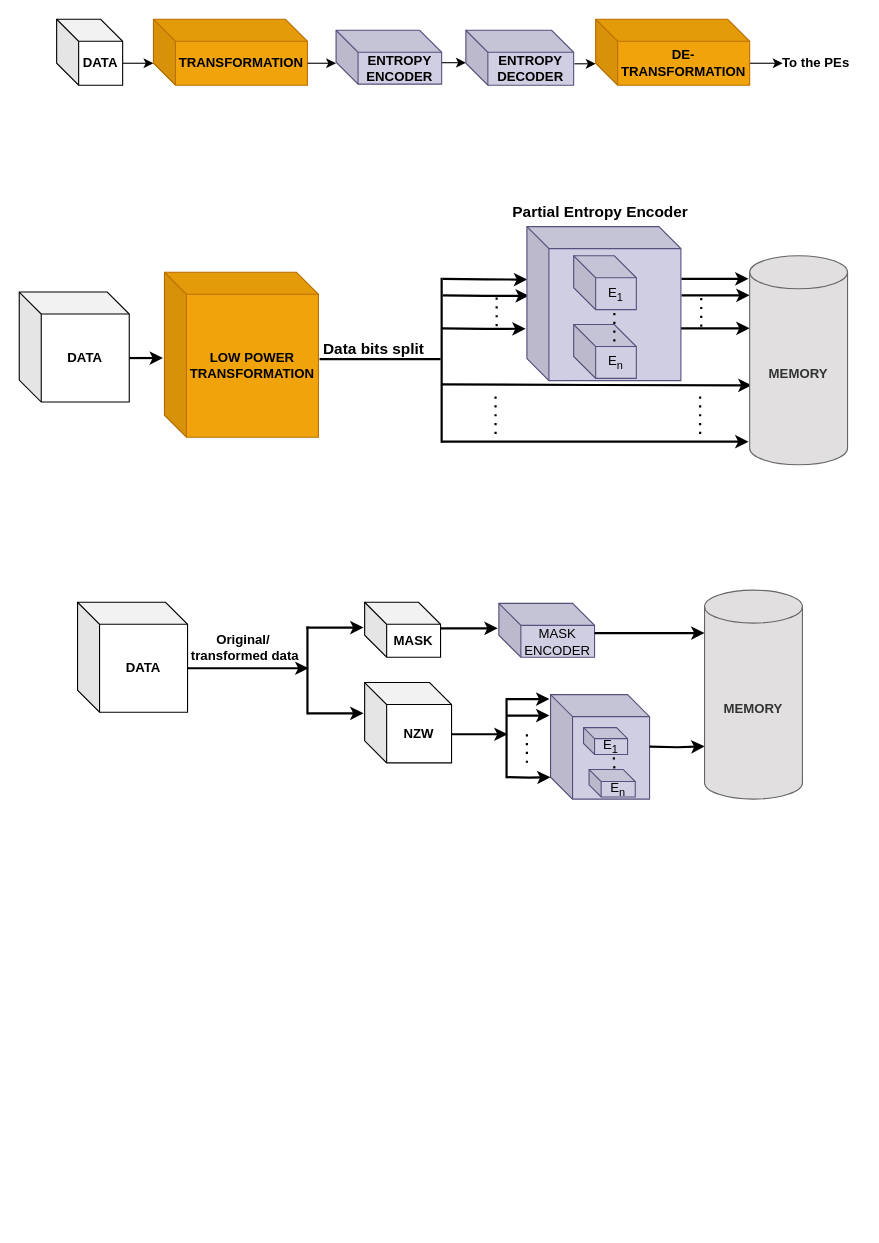
This is Proposed approach.drawio from Nithyarajoman/Drawio-figures, a draw.io file, before an edit. Source tidied: cells renumbered, new cells numbered last; positions are measured from the earlier drawing's top-left corner, leaving out a move shared by most shapes. Both pictures are drawn from the tidied source at 110%, with x=0, y=0 at pixel (19, 19).
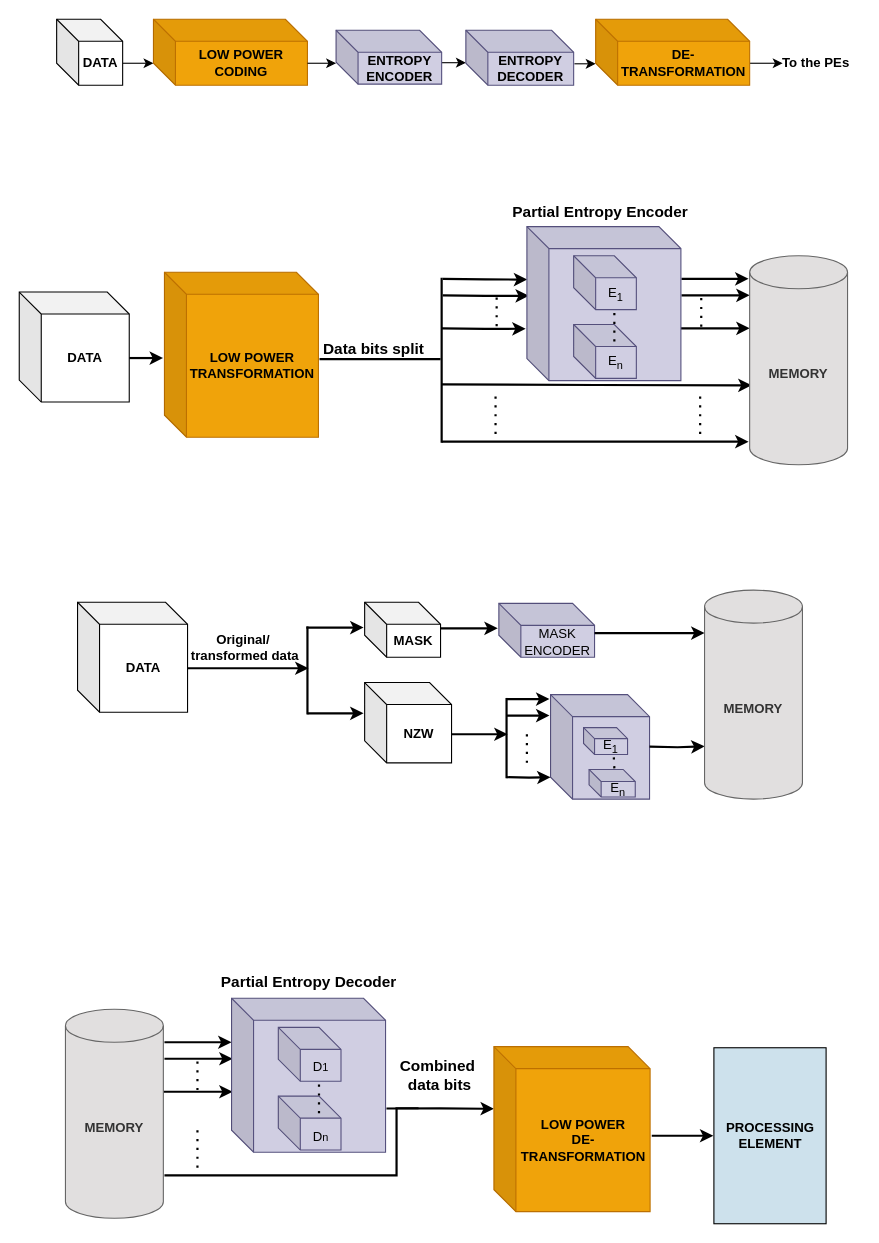
After the change.

Diff of the diagram source:
```diff
@@
-    <mxCell id="5" value="&lt;b&gt;&lt;font&gt;TRANSFORMATION&lt;/font&gt;&lt;/b&gt;" style="shape=cube;whiteSpace=wrap;html=1;boundedLbl=1;backgroundOutline=1;darkOpacity=0.05;darkOpacity2=0.1;fillColor=#f0a30a;strokeColor=#BD7000;fontColor=#000000;" parent="1" vertex="1">
+    <mxCell id="5" value="&lt;b&gt;&lt;font&gt;LOW POWER CODING&lt;/font&gt;&lt;/b&gt;" style="shape=cube;whiteSpace=wrap;html=1;boundedLbl=1;backgroundOutline=1;darkOpacity=0.05;darkOpacity2=0.1;fillColor=#f0a30a;strokeColor=#BD7000;fontColor=#000000;" parent="1" vertex="1">
       <mxGeometry x="122" width="140" height="60" as="geometry" />
     </mxCell>
@@
+    <mxCell id="63" value="&lt;b&gt;&lt;font style=&quot;font-size: 14px;&quot;&gt;Combined&amp;nbsp;&lt;/font&gt;&lt;/b&gt;&lt;div&gt;&lt;b&gt;&lt;font style=&quot;font-size: 14px;&quot;&gt;data bits&lt;/font&gt;&lt;/b&gt;&lt;/div&gt;" style="text;html=1;align=center;verticalAlign=middle;strokeColor=none;fillColor=none;" parent="1" vertex="1">
+      <mxGeometry x="331.5" y="935" width="100" height="50" as="geometry" />
+    </mxCell>
+    <mxCell id="64" style="edgeStyle=orthogonalEdgeStyle;rounded=0;orthogonalLoop=1;jettySize=auto;html=1;strokeWidth=2;endArrow=none;endFill=0;" parent="1" edge="1">
+      <mxGeometry relative="1" as="geometry">
+        <mxPoint x="132" y="1051" as="sourcePoint" />
+        <mxPoint x="363" y="990" as="targetPoint" />
+        <Array as="points">
+          <mxPoint x="343" y="1051" />
+          <mxPoint x="343" y="990" />
+        </Array>
+      </mxGeometry>
+    </mxCell>
+    <mxCell id="65" style="edgeStyle=orthogonalEdgeStyle;rounded=0;orthogonalLoop=1;jettySize=auto;html=1;strokeWidth=2;" parent="1" edge="1">
+      <mxGeometry relative="1" as="geometry">
+        <mxPoint x="132" y="930" as="sourcePoint" />
+        <mxPoint x="193" y="930" as="targetPoint" />
+      </mxGeometry>
+    </mxCell>
+    <mxCell id="66" style="edgeStyle=orthogonalEdgeStyle;rounded=0;orthogonalLoop=1;jettySize=auto;html=1;exitX=0;exitY=0;exitDx=140;exitDy=40;exitPerimeter=0;strokeWidth=2;" parent="1" edge="1">
+      <mxGeometry relative="1" as="geometry">
+        <mxPoint x="132" y="945" as="sourcePoint" />
+        <mxPoint x="194" y="945" as="targetPoint" />
+      </mxGeometry>
+    </mxCell>
+    <mxCell id="67" style="edgeStyle=orthogonalEdgeStyle;rounded=0;orthogonalLoop=1;jettySize=auto;html=1;exitX=0;exitY=0;exitDx=140;exitDy=40;exitPerimeter=0;strokeWidth=2;" parent="1" edge="1">
+      <mxGeometry relative="1" as="geometry">
+        <mxPoint x="131" y="975" as="sourcePoint" />
+        <mxPoint x="194" y="975" as="targetPoint" />
+      </mxGeometry>
+    </mxCell>
+    <mxCell id="68" style="endArrow=none;dashed=1;html=1;dashPattern=1 3;strokeWidth=2;rounded=0;" parent="1" edge="1">
+      <mxGeometry relative="1" as="geometry">
+        <mxPoint x="162" y="973.5" as="sourcePoint" />
+        <mxPoint x="162" y="946.5" as="targetPoint" />
+      </mxGeometry>
+    </mxCell>
+    <mxCell id="69" value="&lt;b&gt;&lt;font style=&quot;font-size: 14px;&quot;&gt;Partial Entropy Decoder&lt;/font&gt;&lt;/b&gt;" style="text;html=1;align=center;verticalAlign=middle;strokeColor=none;fillColor=none;" parent="1" vertex="1">
+      <mxGeometry x="173" y="860" width="180" height="30" as="geometry" />
+    </mxCell>
+    <mxCell id="70" value="&lt;b&gt;MEMORY&lt;/b&gt;" style="shape=cylinder3;whiteSpace=wrap;html=1;boundedLbl=1;backgroundOutline=1;size=15;fillColor=light-dark(#e1dfdf, #1a1a1a);strokeColor=#666666;fontColor=#333333;" parent="1" vertex="1">
+      <mxGeometry x="42" y="900" width="89" height="190" as="geometry" />
+    </mxCell>
+    <mxCell id="71" style="endArrow=none;dashed=1;html=1;dashPattern=1 3;strokeWidth=2;rounded=0;" parent="1" edge="1">
+      <mxGeometry relative="1" as="geometry">
+        <mxPoint x="162" y="1044" as="sourcePoint" />
+        <mxPoint x="162" y="1006" as="targetPoint" />
+      </mxGeometry>
+    </mxCell>
+    <mxCell id="72" style="group;" parent="1" vertex="1">
+      <mxGeometry x="193" y="890" width="140" height="140" as="geometry" />
+    </mxCell>
+    <mxCell id="73" style="shape=cube;whiteSpace=wrap;html=1;boundedLbl=1;backgroundOutline=1;darkOpacity=0.05;darkOpacity2=0.1;fillColor=#d0cee2;strokeColor=#56517e;" parent="72" vertex="1">
+      <mxGeometry width="140" height="140" as="geometry" />
+    </mxCell>
+    <mxCell id="74" value="&lt;sub&gt;&lt;span style=&quot;font-size: 12px;&quot;&gt;D&lt;/span&gt;1&lt;/sub&gt;" style="shape=cube;whiteSpace=wrap;html=1;boundedLbl=1;backgroundOutline=1;darkOpacity=0.05;darkOpacity2=0.1;fillColor=#d0cee2;strokeColor=#56517e;" parent="72" vertex="1">
+      <mxGeometry x="42.5" y="26.5" width="57" height="49" as="geometry" />
+    </mxCell>
+    <mxCell id="75" value="&lt;sub&gt;&lt;span style=&quot;font-size: 12px;&quot;&gt;D&lt;/span&gt;n&lt;/sub&gt;" style="shape=cube;whiteSpace=wrap;html=1;boundedLbl=1;backgroundOutline=1;darkOpacity=0.05;darkOpacity2=0.1;fillColor=#d0cee2;strokeColor=#56517e;" parent="72" vertex="1">
+      <mxGeometry x="42.5" y="89" width="57" height="49" as="geometry" />
+    </mxCell>
+    <mxCell id="76" style="endArrow=none;dashed=1;html=1;dashPattern=1 3;strokeWidth=2;rounded=0;" parent="72" edge="1">
+      <mxGeometry relative="1" as="geometry">
+        <mxPoint x="79.5" y="104.5" as="sourcePoint" />
+        <mxPoint x="79.5" y="77.5" as="targetPoint" />
+      </mxGeometry>
+    </mxCell>
+    <mxCell id="77" style="edgeStyle=orthogonalEdgeStyle;rounded=0;jettySize=auto;html=1;strokeWidth=2;exitX=1.006;exitY=0.716;exitDx=0;exitDy=0;exitPerimeter=0;" parent="1" edge="1" source="73">
+      <mxGeometry relative="1" as="geometry">
+        <mxPoint x="431.5" y="990.5" as="targetPoint" />
+      </mxGeometry>
+    </mxCell>
+    <mxCell id="78" value="&lt;b&gt;&lt;font&gt;LOW POWER&lt;/font&gt;&lt;/b&gt;&lt;div&gt;&lt;b&gt;&lt;font&gt;DE-TRANSFORMATION&lt;/font&gt;&lt;/b&gt;&lt;/div&gt;" style="shape=cube;whiteSpace=wrap;html=1;boundedLbl=1;backgroundOutline=1;darkOpacity=0.05;darkOpacity2=0.1;fillColor=#f0a30a;strokeColor=#BD7000;fontColor=#000000;" parent="1" vertex="1">
+      <mxGeometry x="431.5" y="934" width="142" height="150" as="geometry" />
+    </mxCell>
+    <mxCell id="79" style="edgeStyle=orthogonalEdgeStyle;rounded=0;orthogonalLoop=1;jettySize=auto;html=1;exitX=1;exitY=0.507;exitDx=0;exitDy=0;exitPerimeter=0;strokeWidth=2;" parent="1" edge="1">
+      <mxGeometry relative="1" as="geometry">
+        <mxPoint x="575" y="1015" as="sourcePoint" />
+        <mxPoint x="631" y="1015" as="targetPoint" />
+      </mxGeometry>
+    </mxCell>
+    <mxCell id="80" value="&lt;b&gt;PROCESSING ELEMENT&lt;/b&gt;" style="whiteSpace=wrap;html=1;fillColor=light-dark(#cde1ec, #ededed);" parent="1" vertex="1">
+      <mxGeometry x="631.5" y="935" width="102" height="160" as="geometry" />
+    </mxCell>
```
